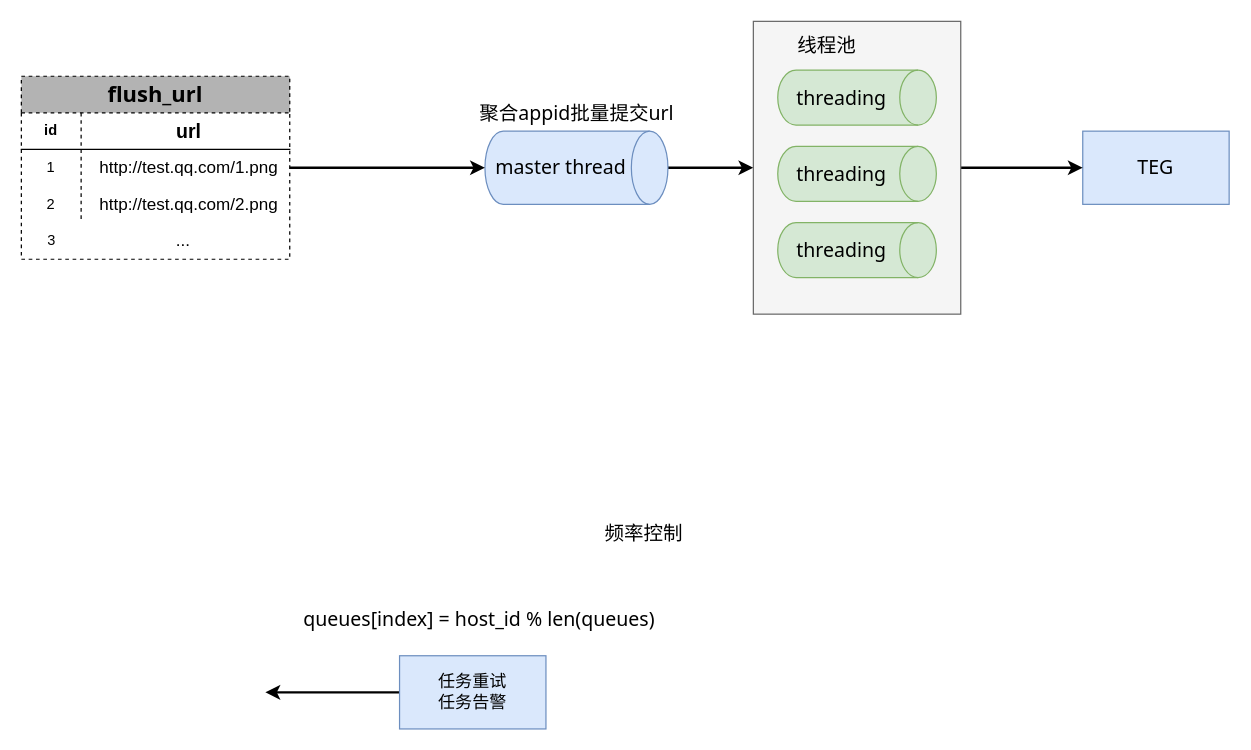
Above: page "Page-8" (8 of 8) of tcb.drawio in wwCrazy/resume (draw.io), before the change. Source tidied: cells renumbered, new cells numbered last; positions are measured from the earlier drawing's top-left corner, leaving out a move shared by most shapes. Both pictures are drawn from the tidied source at 122%, with x=0, y=0 at pixel (21, 21).
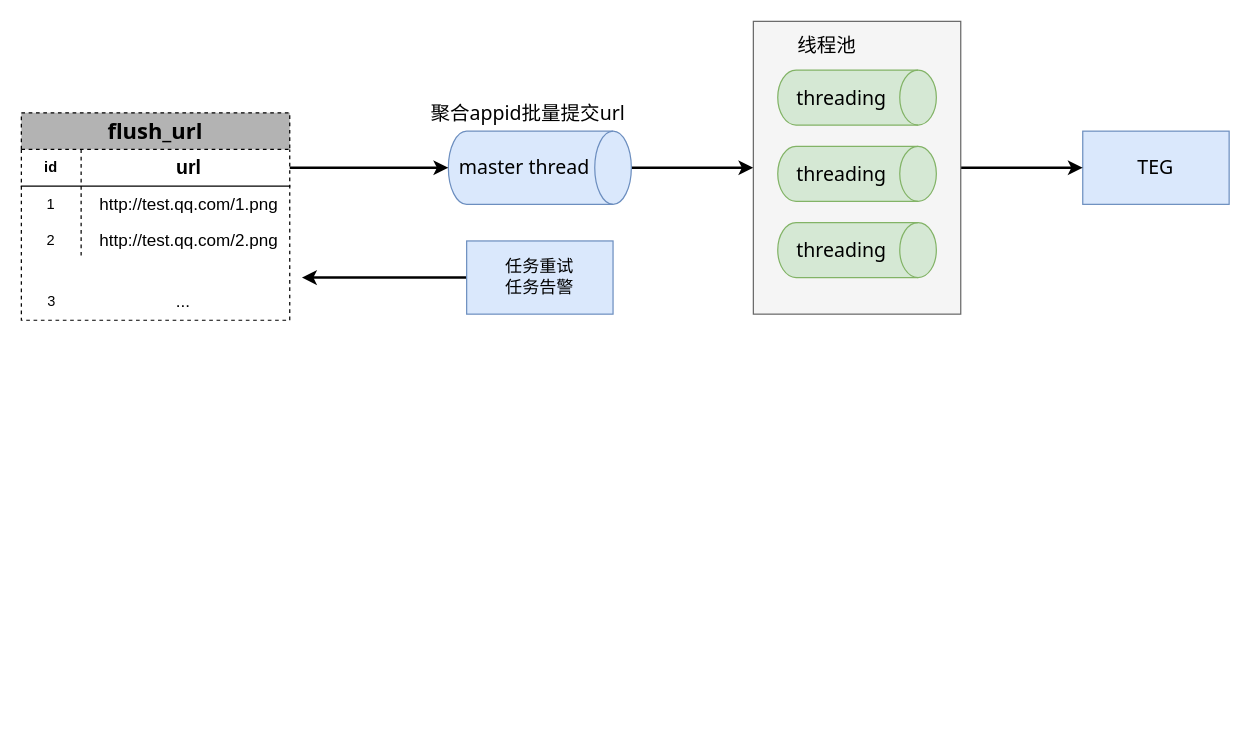
The same page after the edit.

Unchanged cells that the change refers to:
```xml
<mxCell id="3" style="shape=partialRectangle;html=1;whiteSpace=wrap;fillColor=none;top=0;left=0;bottom=1;right=0;points=[[0,0.5],[1,0.5]];portConstraint=eastwest;" parent="2" vertex="1">
  <mxGeometry y="30" width="220" height="30" as="geometry" />
</mxCell>
<mxCell id="6" style="shape=partialRectangle;html=1;whiteSpace=wrap;fillColor=none;top=0;left=0;bottom=0;right=0;points=[[0,0.5],[1,0.5]];portConstraint=eastwest;" parent="2" vertex="1">
  <mxGeometry y="60" width="220" height="30" as="geometry" />
</mxCell>
```

Change to the diagram source:
```diff
@@
     <mxCell id="2" value="flush_url" style="shape=table;html=1;whiteSpace=wrap;startSize=30;childLayout=tableLayout;rowLines=0;fontStyle=1;align=center;dashed=1;strokeWidth=1;fillColor=#B3B3B3;fontFamily=Tahoma;fontSize=18;fontColor=#000000;" parent="1" vertex="1">
-      <mxGeometry y="45" width="220" height="150" as="geometry" />
+      <mxGeometry y="75" width="220" height="170" as="geometry" />
     </mxCell>
@@
     <mxCell id="12" value="3" style="shape=partialRectangle;html=1;whiteSpace=wrap;fillColor=none;top=0;left=0;bottom=0;right=0;overflow=hidden;" parent="1" vertex="1">
-      <mxGeometry x="5" y="165" width="40" height="30" as="geometry" />
+      <mxGeometry x="5" y="215" width="40" height="30" as="geometry" />
     </mxCell>
     <mxCell id="13" value="..." style="shape=partialRectangle;html=1;whiteSpace=wrap;fillColor=none;top=0;left=0;bottom=0;right=0;align=center;spacingLeft=6;overflow=hidden;fontStyle=0;fontSize=14;" parent="1" vertex="1">
-      <mxGeometry x="50" y="165" width="160" height="30" as="geometry" />
+      <mxGeometry x="50" y="215" width="160" height="30" as="geometry" />
     </mxCell>
@@
     <mxCell id="15" value="master thread" style="shape=cylinder3;whiteSpace=wrap;html=1;boundedLbl=1;backgroundOutline=1;size=15;strokeWidth=1;fillColor=#dae8fc;fontFamily=Tahoma;fontSize=16;align=center;direction=south;strokeColor=#6c8ebf;" parent="1" vertex="1">
-      <mxGeometry x="380" y="90" width="150" height="60" as="geometry" />
+      <mxGeometry x="350" y="90" width="150" height="60" as="geometry" />
     </mxCell>
     <mxCell id="16" value="聚合appid批量提交url" style="text;html=1;align=center;verticalAlign=middle;fillColor=none;strokeColor=none;rounded=0;fontFamily=Tahoma;fontSize=16;fontColor=#000000;" parent="1" vertex="1">
-      <mxGeometry x="370" y="65" width="170" height="20" as="geometry" />
+      <mxGeometry x="330" y="65" width="170" height="20" as="geometry" />
     </mxCell>
-    <mxCell id="17" value="频率控制" style="text;html=1;align=center;verticalAlign=middle;fillColor=none;strokeColor=none;rounded=0;fontFamily=Tahoma;fontSize=16;fontColor=#000000;" parent="1" vertex="1">
-      <mxGeometry x="470" y="410" width="80" height="20" as="geometry" />
-    </mxCell>
-    <mxCell id="18" value="queues[index] = host_id % len(queues)" style="text;html=1;align=center;verticalAlign=middle;fillColor=none;strokeColor=none;rounded=0;fontFamily=Tahoma;fontSize=16;fontColor=#000000;" parent="1" vertex="1">
-      <mxGeometry x="225" y="480" width="300" height="20" as="geometry" />
-    </mxCell>
@@
-    <mxCell id="26" style="edgeStyle=orthogonalEdgeStyle;rounded=0;jettySize=auto;html=1;strokeWidth=2;" parent="1" edge="1" source="27">
-      <mxGeometry relative="1" as="geometry">
-        <mxPoint x="200" y="550" as="targetPoint" />
-      </mxGeometry>
-    </mxCell>
+    <mxCell id="29" style="edgeStyle=orthogonalEdgeStyle;rounded=0;jettySize=auto;html=1;exitX=0;exitY=0.5;exitDx=0;exitDy=0;strokeWidth=2;" parent="1" edge="1" source="27">
+      <mxGeometry relative="1" as="geometry">
+        <mxPoint x="230" y="210" as="targetPoint" />
+      </mxGeometry>
+    </mxCell>
     <mxCell id="27" value="任务重试&lt;br&gt;任务告警" style="rounded=0;whiteSpace=wrap;html=1;strokeWidth=1;fontFamily=Times New Roman;fontSize=14;align=center;fillColor=#dae8fc;strokeColor=#6c8ebf;" parent="1" vertex="1">
-      <mxGeometry x="310" y="520" width="120" height="60" as="geometry" />
+      <mxGeometry x="365" y="180" width="120" height="60" as="geometry" />
     </mxCell>
-    <mxCell id="28" style="edgeStyle=orthogonalEdgeStyle;rounded=0;jettySize=auto;html=1;exitX=1;exitY=0.5;exitDx=0;exitDy=0;strokeWidth=2;" parent="1" edge="1" source="6">
-      <mxGeometry relative="1" as="geometry">
-        <mxPoint x="380" y="120" as="targetPoint" />
-      </mxGeometry>
-    </mxCell>
+    <mxCell id="30" style="edgeStyle=orthogonalEdgeStyle;rounded=0;jettySize=auto;html=1;exitX=1;exitY=0.5;exitDx=0;exitDy=0;entryX=0.5;entryY=1;entryDx=0;entryDy=0;entryPerimeter=0;strokeWidth=2;" parent="1" edge="1" source="3" target="15">
+      <mxGeometry relative="1" as="geometry" />
+    </mxCell>
```
